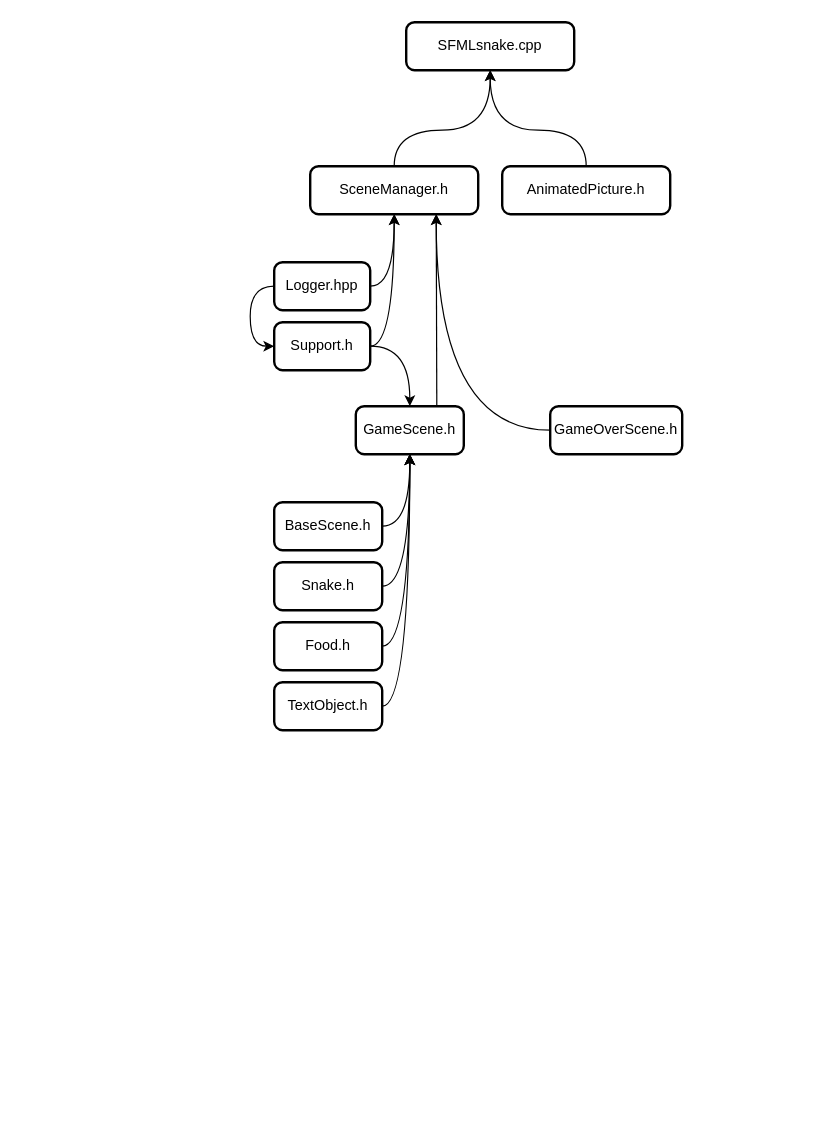
Above: importScheme.drawio in AKTOETO/SFMLsnake (draw.io), before the change. Source tidied: cells renumbered, new cells numbered last; positions are measured from the earlier drawing's top-left corner, leaving out a move shared by most shapes. Both pictures are drawn from the tidied source at 120%, with x=0, y=0 at pixel (274, 22).
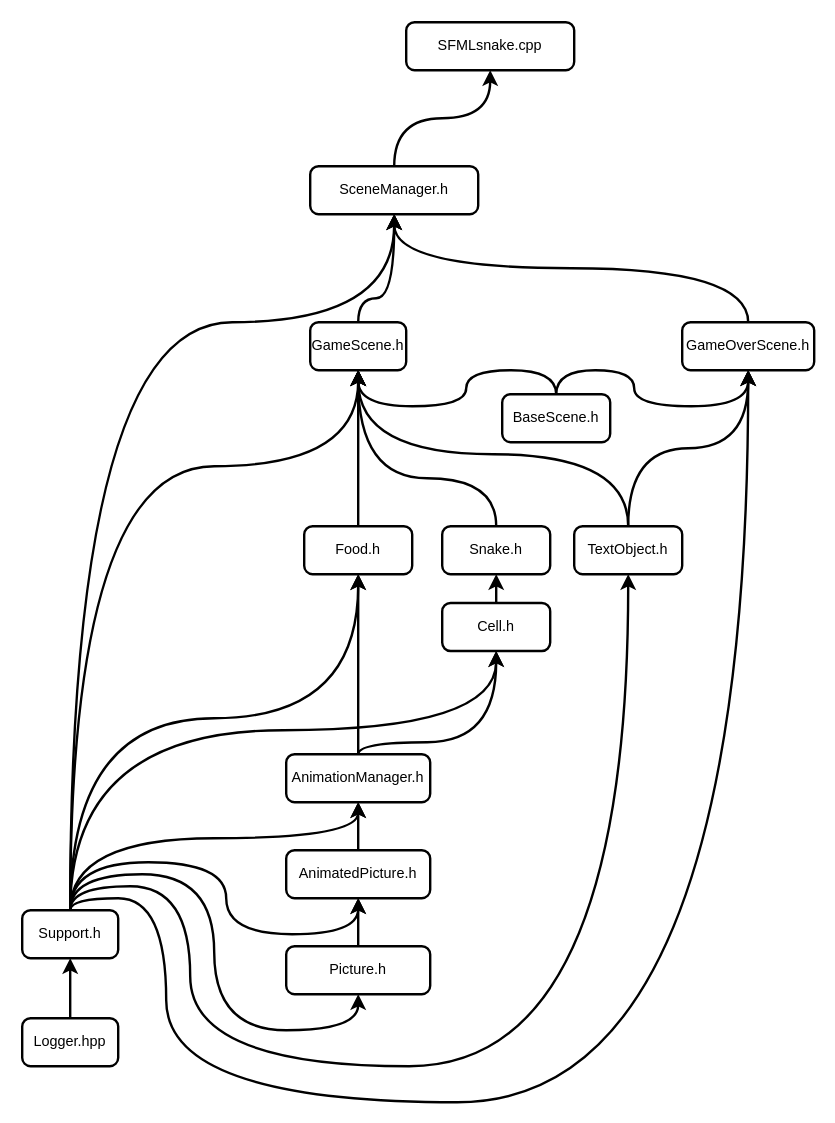
After the change.

Unchanged cells that the change refers to:
```xml
<mxCell id="2" value="SFMLsnake.cpp" style="rounded=1;whiteSpace=wrap;html=1;absoluteArcSize=1;arcSize=14;strokeWidth=2;" parent="1" vertex="1">
  <mxGeometry x="110" width="140" height="40" as="geometry" />
</mxCell>
<mxCell id="4" value="SceneManager.h" style="rounded=1;whiteSpace=wrap;html=1;absoluteArcSize=1;arcSize=14;strokeWidth=2;" parent="1" vertex="1">
  <mxGeometry x="30" y="120" width="140" height="40" as="geometry" />
</mxCell>
```

Change to the diagram source:
```diff
@@
-    <mxCell id="3" style="edgeStyle=orthogonalEdgeStyle;rounded=0;jettySize=auto;html=1;exitX=0.5;exitY=0;exitDx=0;exitDy=0;entryX=0.5;entryY=1;entryDx=0;entryDy=0;curved=1;" parent="1" edge="1" source="4" target="2">
-      <mxGeometry relative="1" as="geometry">
-        <Array as="points">
-          <mxPoint x="100" y="90" />
-          <mxPoint x="180" y="90" />
-        </Array>
-      </mxGeometry>
+    <mxCell id="3" style="edgeStyle=orthogonalEdgeStyle;rounded=0;jettySize=auto;html=1;exitX=0.5;exitY=0;exitDx=0;exitDy=0;entryX=0.5;entryY=1;entryDx=0;entryDy=0;strokeWidth=2;endArrow=classic;endFill=1;targetPerimeterSpacing=0;endSize=7;startSize=7;shadow=0;elbow=vertical;curved=1;" parent="1" edge="1" source="4" target="2">
+      <mxGeometry relative="1" as="geometry" />
     </mxCell>
@@
-    <mxCell id="5" style="edgeStyle=orthogonalEdgeStyle;rounded=0;jettySize=auto;html=1;exitX=0.5;exitY=0;exitDx=0;exitDy=0;curved=1;" parent="1" edge="1" source="6">
-      <mxGeometry relative="1" as="geometry">
-        <mxPoint x="180" y="40" as="targetPoint" />
-        <Array as="points">
-          <mxPoint x="260" y="90" />
-          <mxPoint x="180" y="90" />
-        </Array>
-      </mxGeometry>
-    </mxCell>
-    <mxCell id="6" value="AnimatedPicture.h" style="rounded=1;whiteSpace=wrap;html=1;absoluteArcSize=1;arcSize=14;strokeWidth=2;" parent="1" vertex="1">
-      <mxGeometry x="190" y="120" width="140" height="40" as="geometry" />
-    </mxCell>
+    <mxCell id="25" style="edgeStyle=orthogonalEdgeStyle;curved=1;rounded=0;jettySize=auto;html=1;exitX=0.5;exitY=0;exitDx=0;exitDy=0;entryX=0.5;entryY=1;entryDx=0;entryDy=0;shadow=0;endArrow=classic;endFill=1;startSize=7;endSize=7;targetPerimeterSpacing=0;strokeWidth=2;elbow=vertical;" parent="1" edge="1" source="9" target="35">
+      <mxGeometry relative="1" as="geometry">
+        <Array as="points">
+          <mxPoint x="-170" y="590" />
+          <mxPoint x="185" y="590" />
+        </Array>
+      </mxGeometry>
+    </mxCell>
+    <mxCell id="8" style="edgeStyle=orthogonalEdgeStyle;curved=1;rounded=0;jettySize=auto;html=1;exitX=0.5;exitY=0;exitDx=0;exitDy=0;entryX=0.5;entryY=1;entryDx=0;entryDy=0;shadow=0;endArrow=classic;endFill=1;startSize=7;endSize=7;targetPerimeterSpacing=0;strokeWidth=2;elbow=vertical;" parent="1" edge="1" source="9" target="14">
+      <mxGeometry relative="1" as="geometry">
+        <Array as="points">
+          <mxPoint x="-170" y="370" />
+          <mxPoint x="70" y="370" />
+        </Array>
+      </mxGeometry>
+    </mxCell>
+    <mxCell id="26" style="edgeStyle=orthogonalEdgeStyle;curved=1;rounded=0;jettySize=auto;html=1;exitX=0.5;exitY=0;exitDx=0;exitDy=0;entryX=0.5;entryY=1;entryDx=0;entryDy=0;shadow=0;endArrow=classic;endFill=1;startSize=7;endSize=7;targetPerimeterSpacing=0;strokeWidth=2;elbow=vertical;" parent="1" edge="1" source="9" target="22">
+      <mxGeometry relative="1" as="geometry">
+        <Array as="points">
+          <mxPoint x="-170" y="580" />
+          <mxPoint x="70" y="580" />
+        </Array>
+      </mxGeometry>
+    </mxCell>
+    <mxCell id="27" style="edgeStyle=orthogonalEdgeStyle;curved=1;rounded=0;jettySize=auto;html=1;exitX=0.5;exitY=0;exitDx=0;exitDy=0;entryX=0.5;entryY=1;entryDx=0;entryDy=0;shadow=0;endArrow=classic;endFill=1;startSize=7;endSize=7;targetPerimeterSpacing=0;strokeWidth=2;elbow=vertical;" parent="1" edge="1" source="9" target="38">
+      <mxGeometry relative="1" as="geometry">
+        <Array as="points">
+          <mxPoint x="-170" y="680" />
+          <mxPoint x="70" y="680" />
+        </Array>
+      </mxGeometry>
+    </mxCell>
-    <mxCell id="7" style="edgeStyle=orthogonalEdgeStyle;curved=1;rounded=0;jettySize=auto;html=1;exitX=1;exitY=0.5;exitDx=0;exitDy=0;entryX=0.5;entryY=1;entryDx=0;entryDy=0;" parent="1" edge="1" source="9" target="4">
-      <mxGeometry relative="1" as="geometry" />
+    <mxCell id="7" style="edgeStyle=orthogonalEdgeStyle;curved=1;rounded=0;jettySize=auto;html=1;exitX=0.5;exitY=0;exitDx=0;exitDy=0;entryX=0.5;entryY=1;entryDx=0;entryDy=0;shadow=0;endArrow=classic;endFill=1;startSize=7;endSize=7;targetPerimeterSpacing=0;strokeWidth=2;elbow=vertical;" parent="1" edge="1" source="9" target="4">
+      <mxGeometry relative="1" as="geometry">
+        <Array as="points">
+          <mxPoint x="-170" y="250" />
+          <mxPoint x="100" y="250" />
+        </Array>
+      </mxGeometry>
     </mxCell>
-    <mxCell id="8" style="edgeStyle=orthogonalEdgeStyle;curved=1;rounded=0;jettySize=auto;html=1;exitX=1;exitY=0.5;exitDx=0;exitDy=0;entryX=0.5;entryY=0;entryDx=0;entryDy=0;" parent="1" edge="1" source="9" target="14">
-      <mxGeometry relative="1" as="geometry" />
-    </mxCell>
+    <mxCell id="28" style="edgeStyle=orthogonalEdgeStyle;curved=1;rounded=0;jettySize=auto;html=1;exitX=0.5;exitY=0;exitDx=0;exitDy=0;entryX=0.5;entryY=1;entryDx=0;entryDy=0;shadow=0;endArrow=classic;endFill=1;startSize=7;endSize=7;targetPerimeterSpacing=0;strokeWidth=2;elbow=vertical;" parent="1" edge="1" source="9" target="6">
+      <mxGeometry relative="1" as="geometry">
+        <Array as="points">
+          <mxPoint x="-170" y="700" />
+          <mxPoint x="-40" y="700" />
+          <mxPoint x="-40" y="760" />
+          <mxPoint x="70" y="760" />
+        </Array>
+      </mxGeometry>
+    </mxCell>
+    <mxCell id="29" style="edgeStyle=orthogonalEdgeStyle;curved=1;rounded=0;jettySize=auto;html=1;exitX=0.5;exitY=0;exitDx=0;exitDy=0;entryX=0.5;entryY=1;entryDx=0;entryDy=0;shadow=0;endArrow=classic;endFill=1;startSize=7;endSize=7;targetPerimeterSpacing=0;strokeWidth=2;elbow=vertical;" parent="1" edge="1" source="9" target="41">
+      <mxGeometry relative="1" as="geometry">
+        <Array as="points">
+          <mxPoint x="-170" y="710" />
+          <mxPoint x="-50" y="710" />
+          <mxPoint x="-50" y="840" />
+          <mxPoint x="70" y="840" />
+        </Array>
+      </mxGeometry>
+    </mxCell>
+    <mxCell id="30" style="edgeStyle=orthogonalEdgeStyle;curved=1;rounded=0;jettySize=auto;html=1;exitX=0.5;exitY=0;exitDx=0;exitDy=0;entryX=0.5;entryY=1;entryDx=0;entryDy=0;shadow=0;endArrow=classic;endFill=1;startSize=7;endSize=7;targetPerimeterSpacing=0;strokeWidth=2;elbow=vertical;" parent="1" edge="1" source="9" target="24">
+      <mxGeometry relative="1" as="geometry">
+        <Array as="points">
+          <mxPoint x="-170" y="720" />
+          <mxPoint x="-70" y="720" />
+          <mxPoint x="-70" y="870" />
+          <mxPoint x="295" y="870" />
+        </Array>
+      </mxGeometry>
+    </mxCell>
+    <mxCell id="31" style="edgeStyle=orthogonalEdgeStyle;curved=1;rounded=0;jettySize=auto;html=1;exitX=0.5;exitY=0;exitDx=0;exitDy=0;entryX=0.5;entryY=1;entryDx=0;entryDy=0;shadow=0;endArrow=classic;endFill=1;startSize=7;endSize=7;targetPerimeterSpacing=0;strokeWidth=2;elbow=vertical;" parent="1" edge="1" source="9" target="16">
+      <mxGeometry relative="1" as="geometry">
+        <Array as="points">
+          <mxPoint x="-170" y="730" />
+          <mxPoint x="-90" y="730" />
+          <mxPoint x="-90" y="900" />
+          <mxPoint x="395" y="900" />
+        </Array>
+      </mxGeometry>
+    </mxCell>
     <mxCell id="9" value="Support.h" style="rounded=1;whiteSpace=wrap;html=1;absoluteArcSize=1;arcSize=14;strokeWidth=2;" parent="1" vertex="1">
-      <mxGeometry y="250" width="80" height="40" as="geometry" />
+      <mxGeometry x="-210" y="740" width="80" height="40" as="geometry" />
     </mxCell>
-    <mxCell id="10" style="edgeStyle=orthogonalEdgeStyle;curved=1;rounded=0;jettySize=auto;html=1;exitX=1;exitY=0.5;exitDx=0;exitDy=0;entryX=0.5;entryY=1;entryDx=0;entryDy=0;" parent="1" edge="1" source="12" target="4">
-      <mxGeometry relative="1" as="geometry" />
-    </mxCell>
-    <mxCell id="11" style="edgeStyle=orthogonalEdgeStyle;curved=1;rounded=0;jettySize=auto;html=1;exitX=0;exitY=0.5;exitDx=0;exitDy=0;entryX=0;entryY=0.5;entryDx=0;entryDy=0;" parent="1" edge="1" source="12" target="9">
+    <mxCell id="11" style="edgeStyle=orthogonalEdgeStyle;curved=1;rounded=0;jettySize=auto;html=1;exitX=0.5;exitY=0;exitDx=0;exitDy=0;entryX=0.5;entryY=1;entryDx=0;entryDy=0;shadow=0;endArrow=classic;endFill=1;startSize=7;endSize=7;targetPerimeterSpacing=0;strokeWidth=2;elbow=vertical;" parent="1" edge="1" source="12" target="9">
       <mxGeometry relative="1" as="geometry" />
     </mxCell>
     <mxCell id="12" value="Logger.hpp" style="rounded=1;whiteSpace=wrap;html=1;absoluteArcSize=1;arcSize=14;strokeWidth=2;" parent="1" vertex="1">
-      <mxGeometry y="200" width="80" height="40" as="geometry" />
+      <mxGeometry x="-210" y="830" width="80" height="40" as="geometry" />
     </mxCell>
-    <mxCell id="13" style="edgeStyle=orthogonalEdgeStyle;curved=1;rounded=0;jettySize=auto;html=1;exitX=0.75;exitY=0;exitDx=0;exitDy=0;entryX=0.75;entryY=1;entryDx=0;entryDy=0;" parent="1" edge="1" source="14" target="4">
-      <mxGeometry relative="1" as="geometry" />
+    <mxCell id="13" style="edgeStyle=orthogonalEdgeStyle;curved=1;rounded=0;jettySize=auto;html=1;exitX=0.5;exitY=0;exitDx=0;exitDy=0;entryX=0.5;entryY=1;entryDx=0;entryDy=0;shadow=0;endArrow=classic;endFill=1;startSize=7;endSize=7;targetPerimeterSpacing=0;strokeWidth=2;elbow=vertical;" parent="1" edge="1" source="14" target="4">
+      <mxGeometry relative="1" as="geometry">
+        <Array as="points">
+          <mxPoint x="70" y="230" />
+          <mxPoint x="100" y="230" />
+        </Array>
+      </mxGeometry>
     </mxCell>
     <mxCell id="14" value="GameScene.h" style="rounded=1;whiteSpace=wrap;html=1;absoluteArcSize=1;arcSize=14;strokeWidth=2;" parent="1" vertex="1">
-      <mxGeometry x="68" y="320" width="90" height="40" as="geometry" />
+      <mxGeometry x="30" y="250" width="80" height="40" as="geometry" />
     </mxCell>
-    <mxCell id="15" style="edgeStyle=orthogonalEdgeStyle;curved=1;rounded=0;jettySize=auto;html=1;exitX=0;exitY=0.5;exitDx=0;exitDy=0;entryX=0.75;entryY=1;entryDx=0;entryDy=0;" parent="1" edge="1" source="16" target="4">
+    <mxCell id="15" style="edgeStyle=orthogonalEdgeStyle;curved=1;rounded=0;jettySize=auto;html=1;exitX=0.5;exitY=0;exitDx=0;exitDy=0;entryX=0.5;entryY=1;entryDx=0;entryDy=0;shadow=0;endArrow=classic;endFill=1;startSize=7;endSize=7;targetPerimeterSpacing=0;strokeWidth=2;elbow=vertical;" parent="1" edge="1" source="16" target="4">
       <mxGeometry relative="1" as="geometry" />
     </mxCell>
     <mxCell id="16" value="GameOverScene.h" style="rounded=1;whiteSpace=wrap;html=1;absoluteArcSize=1;arcSize=14;strokeWidth=2;" parent="1" vertex="1">
-      <mxGeometry x="230" y="320" width="110" height="40" as="geometry" />
+      <mxGeometry x="340" y="250" width="110" height="40" as="geometry" />
     </mxCell>
-    <mxCell id="17" style="edgeStyle=orthogonalEdgeStyle;curved=1;rounded=0;jettySize=auto;html=1;exitX=1;exitY=0.5;exitDx=0;exitDy=0;entryX=0.5;entryY=1;entryDx=0;entryDy=0;" parent="1" edge="1" source="18" target="14">
-      <mxGeometry relative="1" as="geometry" />
+    <mxCell id="17" style="edgeStyle=orthogonalEdgeStyle;curved=1;rounded=0;jettySize=auto;html=1;exitX=0.5;exitY=0;exitDx=0;exitDy=0;entryX=0.5;entryY=1;entryDx=0;entryDy=0;shadow=0;endArrow=classic;endFill=1;startSize=7;endSize=7;targetPerimeterSpacing=0;strokeWidth=2;elbow=vertical;" parent="1" edge="1" source="18" target="14">
+      <mxGeometry relative="1" as="geometry">
+        <Array as="points">
+          <mxPoint x="235" y="290" />
+          <mxPoint x="160" y="290" />
+          <mxPoint x="160" y="320" />
+          <mxPoint x="70" y="320" />
+        </Array>
+      </mxGeometry>
     </mxCell>
+    <mxCell id="32" style="edgeStyle=orthogonalEdgeStyle;curved=1;rounded=0;jettySize=auto;html=1;exitX=0.5;exitY=0;exitDx=0;exitDy=0;entryX=0.5;entryY=1;entryDx=0;entryDy=0;shadow=0;endArrow=classic;endFill=1;startSize=7;endSize=7;targetPerimeterSpacing=0;strokeWidth=2;elbow=vertical;" parent="1" edge="1" source="18" target="16">
+      <mxGeometry relative="1" as="geometry">
+        <Array as="points">
+          <mxPoint x="235" y="290" />
+          <mxPoint x="300" y="290" />
+          <mxPoint x="300" y="320" />
+          <mxPoint x="395" y="320" />
+        </Array>
+      </mxGeometry>
+    </mxCell>
     <mxCell id="18" value="BaseScene.h" style="rounded=1;whiteSpace=wrap;html=1;absoluteArcSize=1;arcSize=14;strokeWidth=2;" parent="1" vertex="1">
-      <mxGeometry y="400" width="90" height="40" as="geometry" />
+      <mxGeometry x="190" y="310" width="90" height="40" as="geometry" />
     </mxCell>
-    <mxCell id="19" style="edgeStyle=orthogonalEdgeStyle;curved=1;rounded=0;jettySize=auto;html=1;exitX=1;exitY=0.5;exitDx=0;exitDy=0;entryX=0.5;entryY=1;entryDx=0;entryDy=0;" parent="1" edge="1" source="20" target="14">
-      <mxGeometry relative="1" as="geometry" />
+    <mxCell id="19" style="edgeStyle=orthogonalEdgeStyle;curved=1;rounded=0;jettySize=auto;html=1;exitX=0.5;exitY=0;exitDx=0;exitDy=0;entryX=0.5;entryY=1;entryDx=0;entryDy=0;shadow=0;endArrow=classic;endFill=1;startSize=7;endSize=7;targetPerimeterSpacing=0;strokeWidth=2;elbow=vertical;" parent="1" edge="1" source="20" target="14">
+      <mxGeometry relative="1" as="geometry">
+        <Array as="points">
+          <mxPoint x="185" y="380" />
+          <mxPoint x="70" y="380" />
+        </Array>
+      </mxGeometry>
     </mxCell>
     <mxCell id="20" value="Snake.h" style="rounded=1;whiteSpace=wrap;html=1;absoluteArcSize=1;arcSize=14;strokeWidth=2;" parent="1" vertex="1">
-      <mxGeometry y="450" width="90" height="40" as="geometry" />
+      <mxGeometry x="140" y="420" width="90" height="40" as="geometry" />
     </mxCell>
-    <mxCell id="21" style="edgeStyle=orthogonalEdgeStyle;curved=1;rounded=0;jettySize=auto;html=1;exitX=1;exitY=0.5;exitDx=0;exitDy=0;entryX=0.5;entryY=1;entryDx=0;entryDy=0;" parent="1" edge="1" source="22" target="14">
-      <mxGeometry relative="1" as="geometry" />
+    <mxCell id="21" style="edgeStyle=orthogonalEdgeStyle;curved=1;rounded=0;jettySize=auto;html=1;exitX=0.5;exitY=0;exitDx=0;exitDy=0;entryX=0.5;entryY=1;entryDx=0;entryDy=0;shadow=0;endArrow=classic;endFill=1;startSize=7;endSize=7;targetPerimeterSpacing=0;strokeWidth=2;elbow=vertical;" parent="1" edge="1" source="22" target="14">
+      <mxGeometry relative="1" as="geometry">
+        <Array as="points">
+          <mxPoint x="70" y="480" />
+          <mxPoint x="70" y="480" />
+        </Array>
+      </mxGeometry>
     </mxCell>
     <mxCell id="22" value="Food.h" style="rounded=1;whiteSpace=wrap;html=1;absoluteArcSize=1;arcSize=14;strokeWidth=2;" parent="1" vertex="1">
-      <mxGeometry y="500" width="90" height="40" as="geometry" />
+      <mxGeometry x="25" y="420" width="90" height="40" as="geometry" />
     </mxCell>
-    <mxCell id="23" style="edgeStyle=orthogonalEdgeStyle;curved=1;rounded=0;jettySize=auto;html=1;exitX=1;exitY=0.5;exitDx=0;exitDy=0;entryX=0.5;entryY=1;entryDx=0;entryDy=0;" parent="1" edge="1" source="24" target="14">
-      <mxGeometry relative="1" as="geometry" />
+    <mxCell id="23" style="edgeStyle=orthogonalEdgeStyle;curved=1;rounded=0;jettySize=auto;html=1;exitX=0.5;exitY=0;exitDx=0;exitDy=0;entryX=0.5;entryY=1;entryDx=0;entryDy=0;shadow=0;endArrow=classic;endFill=1;startSize=7;endSize=7;targetPerimeterSpacing=0;strokeWidth=2;elbow=vertical;" parent="1" edge="1" source="24" target="14">
+      <mxGeometry relative="1" as="geometry">
+        <Array as="points">
+          <mxPoint x="295" y="360" />
+          <mxPoint x="70" y="360" />
+        </Array>
+      </mxGeometry>
     </mxCell>
+    <mxCell id="33" style="edgeStyle=orthogonalEdgeStyle;curved=1;rounded=0;jettySize=auto;html=1;exitX=0.5;exitY=0;exitDx=0;exitDy=0;entryX=0.5;entryY=1;entryDx=0;entryDy=0;shadow=0;endArrow=classic;endFill=1;startSize=7;endSize=7;targetPerimeterSpacing=0;strokeWidth=2;elbow=vertical;" parent="1" edge="1" source="24" target="16">
+      <mxGeometry relative="1" as="geometry" />
+    </mxCell>
     <mxCell id="24" value="TextObject.h" style="rounded=1;whiteSpace=wrap;html=1;absoluteArcSize=1;arcSize=14;strokeWidth=2;" parent="1" vertex="1">
-      <mxGeometry y="550" width="90" height="40" as="geometry" />
+      <mxGeometry x="250" y="420" width="90" height="40" as="geometry" />
     </mxCell>
+    <mxCell id="34" style="edgeStyle=orthogonalEdgeStyle;curved=1;rounded=0;jettySize=auto;html=1;exitX=0.5;exitY=0;exitDx=0;exitDy=0;entryX=0.5;entryY=1;entryDx=0;entryDy=0;shadow=0;endArrow=classic;endFill=1;startSize=7;endSize=7;targetPerimeterSpacing=0;strokeWidth=2;elbow=vertical;" parent="1" edge="1" source="35" target="20">
+      <mxGeometry relative="1" as="geometry" />
+    </mxCell>
+    <mxCell id="35" value="Cell.h" style="rounded=1;whiteSpace=wrap;html=1;absoluteArcSize=1;arcSize=14;strokeWidth=2;" parent="1" vertex="1">
+      <mxGeometry x="140" y="484" width="90" height="40" as="geometry" />
+    </mxCell>
+    <mxCell id="36" style="edgeStyle=orthogonalEdgeStyle;curved=1;rounded=0;jettySize=auto;html=1;exitX=0.5;exitY=0;exitDx=0;exitDy=0;entryX=0.5;entryY=1;entryDx=0;entryDy=0;shadow=0;endArrow=classic;endFill=1;startSize=7;endSize=7;targetPerimeterSpacing=0;strokeWidth=2;elbow=vertical;" parent="1" edge="1" source="38" target="35">
+      <mxGeometry relative="1" as="geometry">
+        <Array as="points">
+          <mxPoint x="70" y="600" />
+          <mxPoint x="185" y="600" />
+        </Array>
+      </mxGeometry>
+    </mxCell>
+    <mxCell id="37" style="edgeStyle=orthogonalEdgeStyle;rounded=0;jettySize=auto;html=1;exitX=0.5;exitY=0;exitDx=0;exitDy=0;entryX=0.5;entryY=1;entryDx=0;entryDy=0;curved=1;strokeWidth=2;endSize=7;startSize=7;" parent="1" edge="1" source="38" target="22">
+      <mxGeometry relative="1" as="geometry">
+        <Array as="points">
+          <mxPoint x="70" y="610" />
+        </Array>
+      </mxGeometry>
+    </mxCell>
+    <mxCell id="38" value="AnimationManager.h" style="rounded=1;whiteSpace=wrap;html=1;absoluteArcSize=1;arcSize=14;strokeWidth=2;" parent="1" vertex="1">
+      <mxGeometry x="10" y="610" width="120" height="40" as="geometry" />
+    </mxCell>
+    <mxCell id="39" style="edgeStyle=orthogonalEdgeStyle;curved=1;rounded=0;jettySize=auto;html=1;exitX=0.5;exitY=0;exitDx=0;exitDy=0;entryX=0.5;entryY=1;entryDx=0;entryDy=0;shadow=0;endArrow=classic;endFill=1;startSize=7;endSize=7;targetPerimeterSpacing=0;strokeWidth=2;elbow=vertical;" parent="1" edge="1" source="6" target="38">
+      <mxGeometry relative="1" as="geometry" />
+    </mxCell>
+    <mxCell id="6" value="AnimatedPicture.h" style="rounded=1;whiteSpace=wrap;html=1;absoluteArcSize=1;arcSize=14;strokeWidth=2;" parent="1" vertex="1">
+      <mxGeometry x="10" y="690" width="120" height="40" as="geometry" />
+    </mxCell>
+    <mxCell id="40" style="edgeStyle=orthogonalEdgeStyle;curved=1;rounded=0;jettySize=auto;html=1;exitX=0.5;exitY=0;exitDx=0;exitDy=0;entryX=0.5;entryY=1;entryDx=0;entryDy=0;shadow=0;endArrow=classic;endFill=1;startSize=7;endSize=7;targetPerimeterSpacing=0;strokeWidth=2;elbow=vertical;" parent="1" edge="1" source="41" target="6">
+      <mxGeometry relative="1" as="geometry" />
+    </mxCell>
+    <mxCell id="41" value="Picture.h" style="rounded=1;whiteSpace=wrap;html=1;absoluteArcSize=1;arcSize=14;strokeWidth=2;" parent="1" vertex="1">
+      <mxGeometry x="10" y="770" width="120" height="40" as="geometry" />
+    </mxCell>
```
